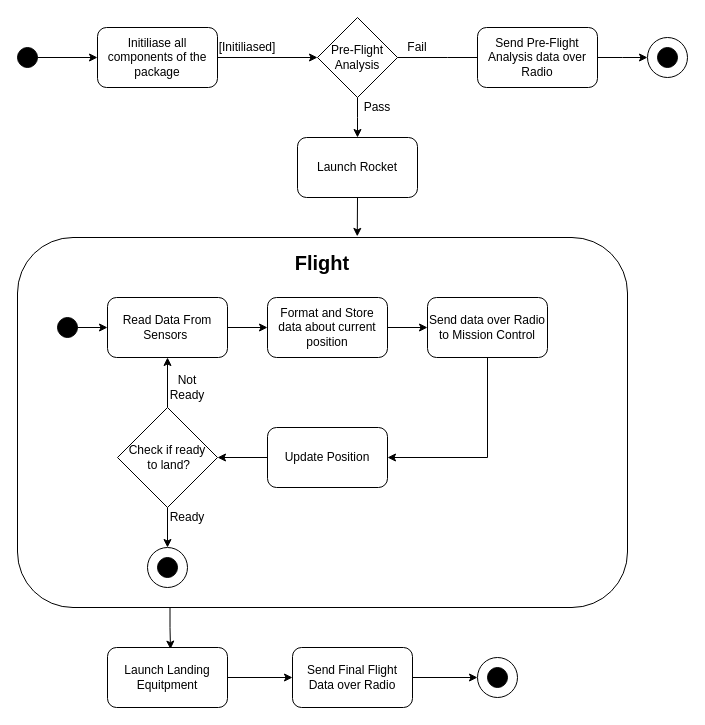
scottzach1/Project-Beans keeps this draw.io diagram as architecture_design/software_architecture/process4.3.drawio. Above is the earlier version. Source tidied: cells renumbered, new cells numbered last; positions are measured from the earlier drawing's top-left corner, leaving out a move shared by most shapes. Both pictures are drawn from the tidied source at 100%, with x=0, y=0 at pixel (17, 17).
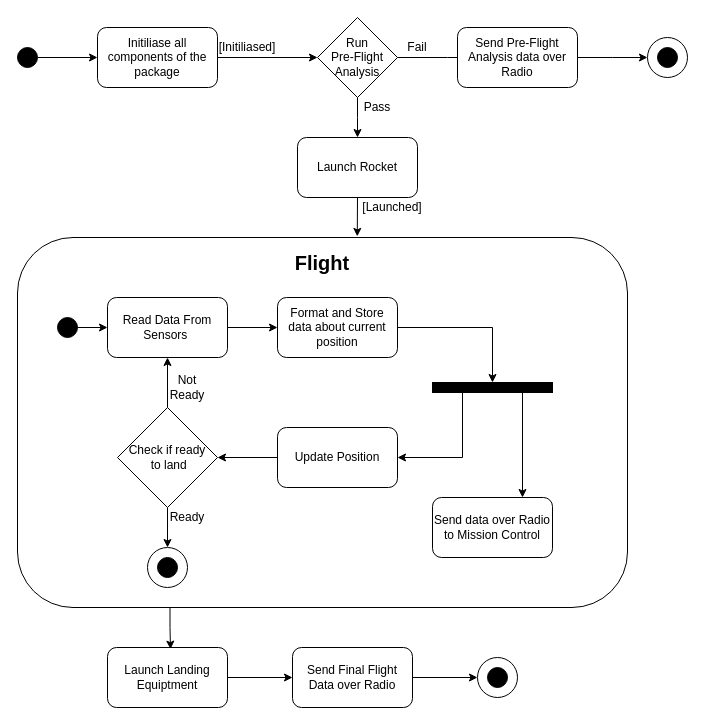
After the change.

Commit message (it also covers changes not shown here):
Updated diagram. Added Error Propgation concern.

What changed in the source:
```diff
@@
-    <mxCell id="14" value="Pre-Flight Analysis" style="rhombus;whiteSpace=wrap;html=1;fillColor=#FFFFFF;" parent="1" vertex="1">
+    <mxCell id="14" value="Run&lt;br&gt;Pre-Flight Analysis" style="rhombus;whiteSpace=wrap;html=1;fillColor=#FFFFFF;" parent="1" vertex="1">
       <mxGeometry x="300" width="80" height="80" as="geometry" />
     </mxCell>
@@
     <mxCell id="24" value="Update Position" style="rounded=1;whiteSpace=wrap;html=1;fillColor=#FFFFFF;" parent="1" vertex="1">
-      <mxGeometry x="250" y="410" width="120" height="60" as="geometry" />
+      <mxGeometry x="260" y="410" width="120" height="60" as="geometry" />
     </mxCell>
-    <mxCell id="25" style="edgeStyle=orthogonalEdgeStyle;rounded=0;jettySize=auto;html=1;" parent="1" edge="1" source="26" target="33">
-      <mxGeometry relative="1" as="geometry" />
-    </mxCell>
+    <mxCell id="48" style="edgeStyle=orthogonalEdgeStyle;rounded=0;jettySize=auto;html=1;entryX=0;entryY=0.5;entryDx=0;entryDy=0;" parent="1" edge="1" source="26" target="51">
+      <mxGeometry relative="1" as="geometry" />
+    </mxCell>
     <mxCell id="26" value="Format and Store data about current position" style="rounded=1;whiteSpace=wrap;html=1;fillColor=#FFFFFF;" parent="1" vertex="1">
-      <mxGeometry x="250" y="280" width="120" height="60" as="geometry" />
+      <mxGeometry x="260" y="280" width="120" height="60" as="geometry" />
     </mxCell>
@@
-    <mxCell id="29" value="&amp;nbsp; &amp;nbsp;Check if ready&amp;nbsp; &amp;nbsp; &amp;nbsp;to land?" style="rhombus;whiteSpace=wrap;html=1;fillColor=#FFFFFF;" parent="1" vertex="1">
+    <mxCell id="29" value="&amp;nbsp; &amp;nbsp;Check if ready&amp;nbsp; &amp;nbsp; &amp;nbsp;to land" style="rhombus;whiteSpace=wrap;html=1;fillColor=#FFFFFF;" parent="1" vertex="1">
       <mxGeometry x="100" y="390" width="100" height="100" as="geometry" />
     </mxCell>
@@
-    <mxCell id="31" value="Launch Landing Equitpment" style="rounded=1;whiteSpace=wrap;html=1;fillColor=#FFFFFF;" parent="1" vertex="1">
+    <mxCell id="31" value="Launch Landing Equiptment" style="rounded=1;whiteSpace=wrap;html=1;fillColor=#FFFFFF;" parent="1" vertex="1">
       <mxGeometry x="90" y="630" width="120" height="60" as="geometry" />
     </mxCell>
-    <mxCell id="32" style="edgeStyle=orthogonalEdgeStyle;rounded=0;jettySize=auto;html=1;exitX=0.5;exitY=1;exitDx=0;exitDy=0;entryX=1;entryY=0.5;entryDx=0;entryDy=0;" parent="1" edge="1" source="33" target="24">
-      <mxGeometry relative="1" as="geometry" />
-    </mxCell>
     <mxCell id="33" value="Send data over Radio to Mission Control" style="rounded=1;whiteSpace=wrap;html=1;fillColor=#FFFFFF;" parent="1" vertex="1">
-      <mxGeometry x="410" y="280" width="120" height="60" as="geometry" />
+      <mxGeometry x="415" y="480" width="120" height="60" as="geometry" />
     </mxCell>
@@
     <mxCell id="37" value="Send Pre-Flight Analysis data over Radio" style="rounded=1;whiteSpace=wrap;html=1;fillColor=#FFFFFF;" parent="1" vertex="1">
-      <mxGeometry x="460" y="10" width="120" height="60" as="geometry" />
+      <mxGeometry x="440" y="10" width="120" height="60" as="geometry" />
     </mxCell>
@@
+    <mxCell id="49" style="edgeStyle=orthogonalEdgeStyle;rounded=0;jettySize=auto;html=1;exitX=1;exitY=0.25;exitDx=0;exitDy=0;entryX=0.75;entryY=0;entryDx=0;entryDy=0;" parent="1" edge="1" source="51" target="33">
+      <mxGeometry relative="1" as="geometry" />
+    </mxCell>
+    <mxCell id="50" style="edgeStyle=orthogonalEdgeStyle;rounded=0;jettySize=auto;html=1;exitX=1;exitY=0.75;exitDx=0;exitDy=0;entryX=1;entryY=0.5;entryDx=0;entryDy=0;" parent="1" edge="1" source="51" target="24">
+      <mxGeometry relative="1" as="geometry" />
+    </mxCell>
+    <mxCell id="51" style="rounded=0;whiteSpace=wrap;html=1;fillColor=#000000;rotation=90;" parent="1" vertex="1">
+      <mxGeometry x="470" y="310" width="10" height="120" as="geometry" />
+    </mxCell>
+    <mxCell id="52" value="[Launched]" style="text;html=1;strokeColor=none;fillColor=none;align=center;verticalAlign=middle;whiteSpace=wrap;rounded=0;" parent="1" vertex="1">
+      <mxGeometry x="355" y="180" width="40" height="20" as="geometry" />
+    </mxCell>
```
